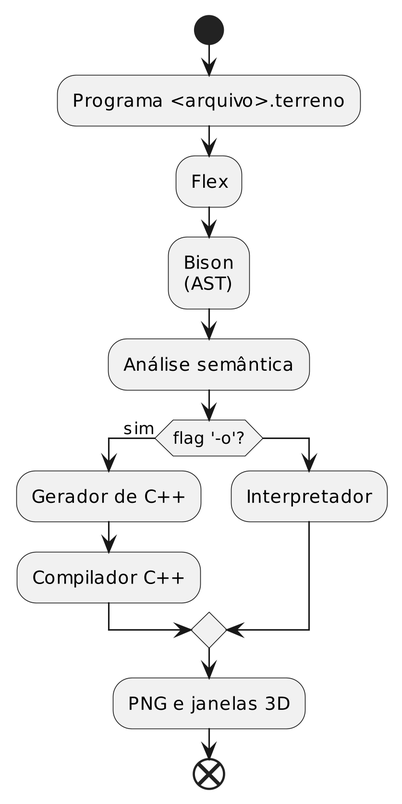
andrevbastos/topograf keeps this PlantUML diagram as latex/images/pipeline.png. Above is the earlier version.
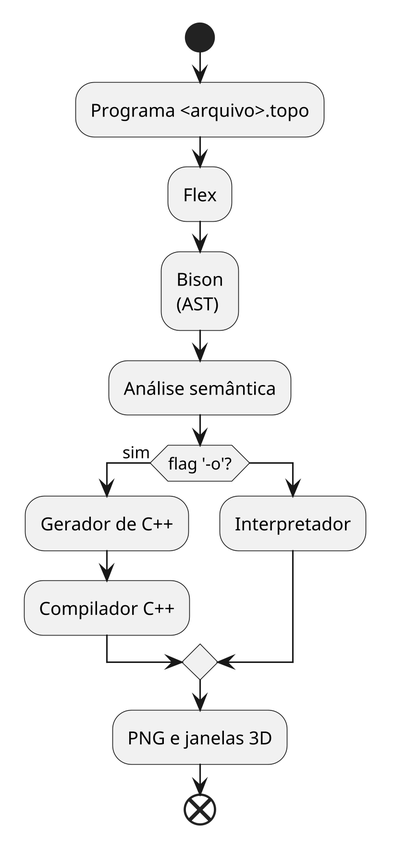
The same diagram one commit later.

Change to the diagram source:
```diff
@@ -1,7 +1,7 @@
 @startuml
 skinparam dpi 300
 start
-:Programa <arquivo>.terreno;
+:Programa <arquivo>.topo;
 :Flex;
 :Bison
 (AST);
```
